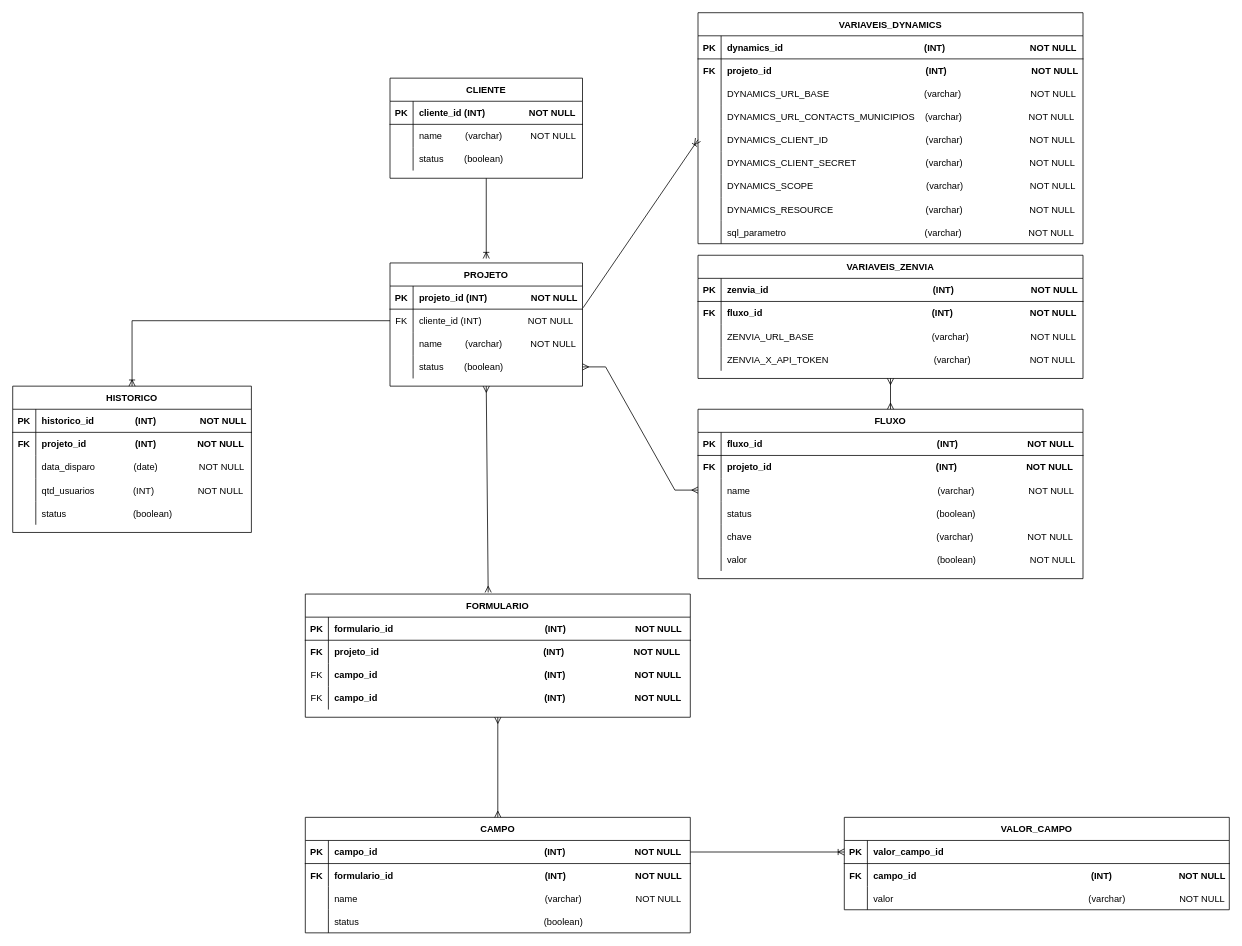
Before: documentation/architecture/DER-alertas.drawio in matheusMendes05/disparo-alertas-node-webapi, a draw.io diagram. Source tidied: cells renumbered, new cells numbered last; positions are measured from the earlier drawing's top-left corner, leaving out a move shared by most shapes. Both pictures are drawn from the tidied source at 77%, with x=0, y=0 at pixel (12, 12).
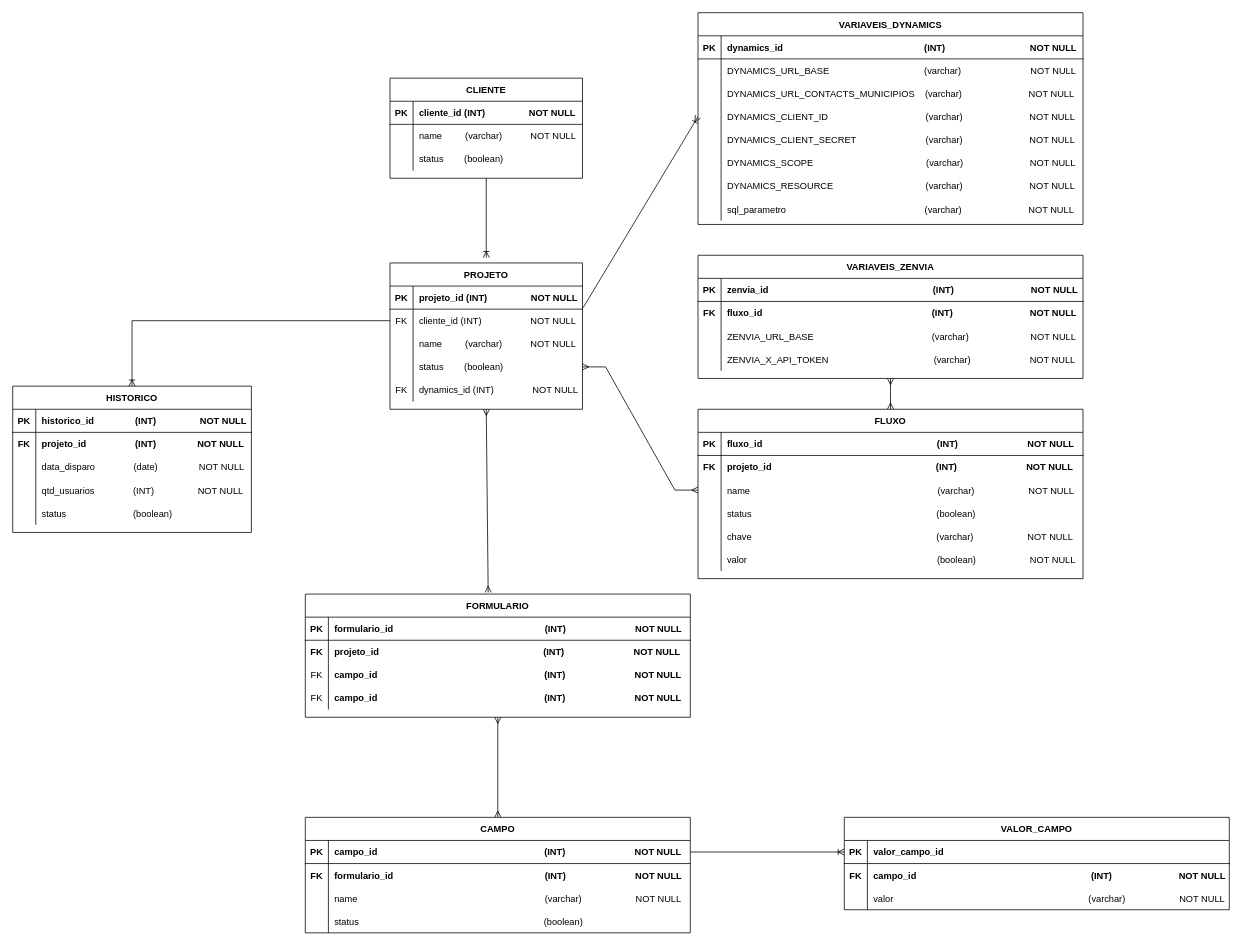
The same page after the edit.

The change refers to these unchanged cells:
```xml
<mxCell id="76" style="shape=partialRectangle;fillColor=none;points=[[0,0.5],[1,0.5]];portConstraint=eastwest;top=0;left=0;right=0;bottom=0;" parent="72" vertex="1">
  <mxGeometry y="60" width="250" height="30" as="geometry" />
</mxCell>
```

Change to the diagram source:
```diff
@@
     <mxCell id="12" value="VARIAVEIS_DYNAMICS" style="shape=table;startSize=30;childLayout=tableLayout;rowLines=0;fontStyle=1;align=center;" parent="1" vertex="1">
-      <mxGeometry x="890" width="500" height="300" as="geometry" />
+      <mxGeometry x="890" width="500" height="275" as="geometry" />
     </mxCell>
@@
-    <mxCell id="16" style="shape=partialRectangle;fillColor=none;top=0;left=0;right=0;bottom=0;" parent="12" vertex="1">
-      <mxGeometry y="60" width="500" height="30" as="geometry" />
-    </mxCell>
-    <mxCell id="17" value="FK" style="shape=partialRectangle;overflow=hidden;fillColor=none;top=0;left=0;bottom=0;right=0;fontStyle=1;" parent="16" vertex="1">
-      <mxGeometry width="30" height="30" as="geometry" />
-    </mxCell>
-    <mxCell id="18" value="projeto_id                                                            (INT)                                 NOT NULL" style="shape=partialRectangle;overflow=hidden;fillColor=none;top=0;left=0;bottom=0;right=0;align=left;spacingLeft=6;fontStyle=1;" parent="16" vertex="1">
-      <mxGeometry x="30" width="470" height="30" as="geometry" />
-    </mxCell>
     <mxCell id="19" style="shape=partialRectangle;fillColor=none;top=0;left=0;right=0;bottom=0;" parent="12" vertex="1">
-      <mxGeometry y="90" width="500" height="30" as="geometry" />
+      <mxGeometry y="60" width="500" height="30" as="geometry" />
     </mxCell>
@@
     <mxCell id="22" style="shape=partialRectangle;fillColor=none;top=0;left=0;right=0;bottom=0;" parent="12" vertex="1">
-      <mxGeometry y="120" width="500" height="30" as="geometry" />
+      <mxGeometry y="90" width="500" height="30" as="geometry" />
     </mxCell>
@@
     <mxCell id="25" style="shape=partialRectangle;fillColor=none;points=[[0,0.5],[1,0.5]];portConstraint=eastwest;top=0;left=0;right=0;bottom=0;" parent="12" vertex="1">
-      <mxGeometry y="150" width="500" height="30" as="geometry" />
+      <mxGeometry y="120" width="500" height="30" as="geometry" />
     </mxCell>
@@
     <mxCell id="28" style="shape=partialRectangle;fillColor=none;top=0;left=0;right=0;bottom=0;" parent="12" vertex="1">
-      <mxGeometry y="180" width="500" height="30" as="geometry" />
+      <mxGeometry y="150" width="500" height="30" as="geometry" />
     </mxCell>
@@
     <mxCell id="31" style="shape=partialRectangle;fillColor=none;top=0;left=0;right=0;bottom=0;" parent="12" vertex="1">
-      <mxGeometry y="210" width="500" height="30" as="geometry" />
+      <mxGeometry y="180" width="500" height="30" as="geometry" />
     </mxCell>
@@
     <mxCell id="34" style="shape=partialRectangle;fillColor=none;top=0;left=0;right=0;bottom=0;" parent="12" vertex="1">
-      <mxGeometry y="240" width="500" height="30" as="geometry" />
+      <mxGeometry y="210" width="500" height="30" as="geometry" />
     </mxCell>
@@
     <mxCell id="37" style="shape=partialRectangle;fillColor=none;top=0;left=0;right=0;bottom=0;" parent="12" vertex="1">
-      <mxGeometry y="270" width="500" height="30" as="geometry" />
+      <mxGeometry y="240" width="500" height="30" as="geometry" />
     </mxCell>
@@
     <mxCell id="72" value="PROJETO" style="shape=table;startSize=30;childLayout=tableLayout;rowLines=0;fontStyle=1;align=center;" parent="1" vertex="1">
-      <mxGeometry x="490" y="325" width="250" height="160" as="geometry" />
+      <mxGeometry x="490" y="325" width="250" height="190" as="geometry" />
     </mxCell>
@@
-    <mxCell id="78" value="cliente_id (INT)                  NOT NULL" style="shape=partialRectangle;overflow=hidden;fillColor=none;top=0;left=0;bottom=0;right=0;align=left;spacingLeft=6;" parent="76" vertex="1">
+    <mxCell id="78" value="cliente_id (INT)                   NOT NULL" style="shape=partialRectangle;overflow=hidden;fillColor=none;top=0;left=0;bottom=0;right=0;align=left;spacingLeft=6;" parent="76" vertex="1">
       <mxGeometry x="30" width="220" height="30" as="geometry" />
     </mxCell>
@@
+    <mxCell id="145" style="shape=partialRectangle;fillColor=none;top=0;left=0;right=0;bottom=0;" parent="72" vertex="1">
+      <mxGeometry y="150" width="250" height="30" as="geometry" />
+    </mxCell>
+    <mxCell id="17" value="FK" style="shape=partialRectangle;overflow=hidden;fillColor=none;top=0;left=0;bottom=0;right=0;" parent="145" vertex="1">
+      <mxGeometry width="30" height="30" as="geometry" />
+    </mxCell>
+    <mxCell id="146" value="dynamics_id (INT)               NOT NULL" style="shape=partialRectangle;overflow=hidden;fillColor=none;top=0;left=0;bottom=0;right=0;align=left;spacingLeft=6;" parent="145" vertex="1">
+      <mxGeometry x="30" width="220" height="30" as="geometry" />
+    </mxCell>
```
